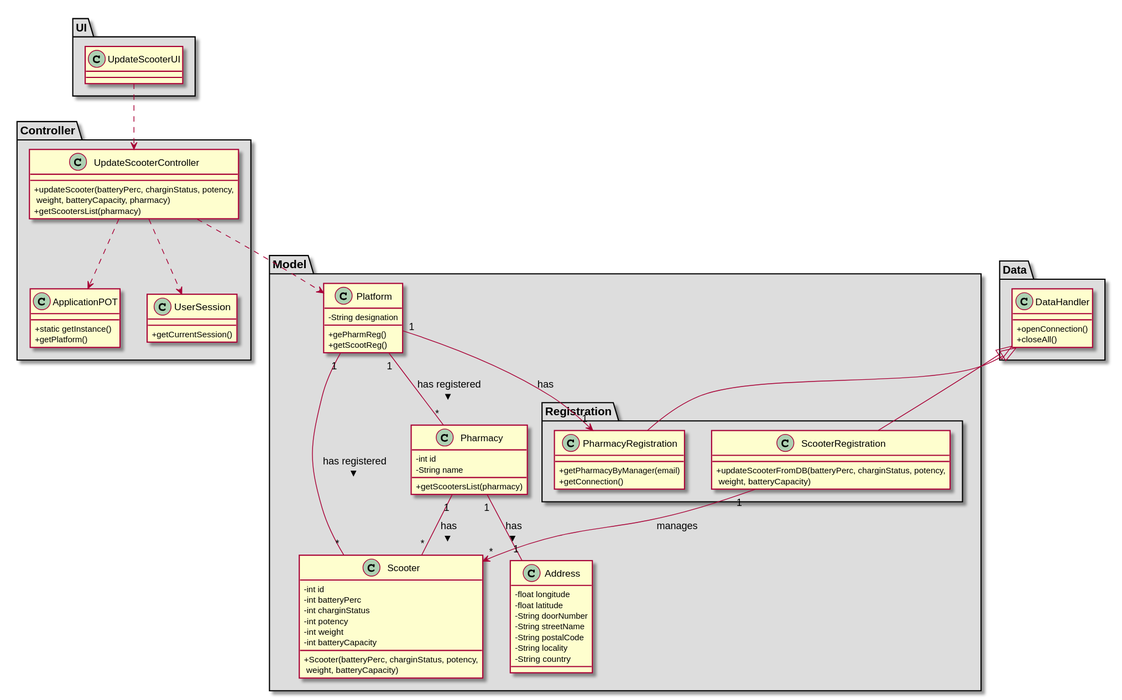
Before: docs/Iteration 1/Scooter Management/US32_UpdateScooter/US32_CD.svg, a diagram exported from PlantUML (tiagoavcosta25/LAPR3).
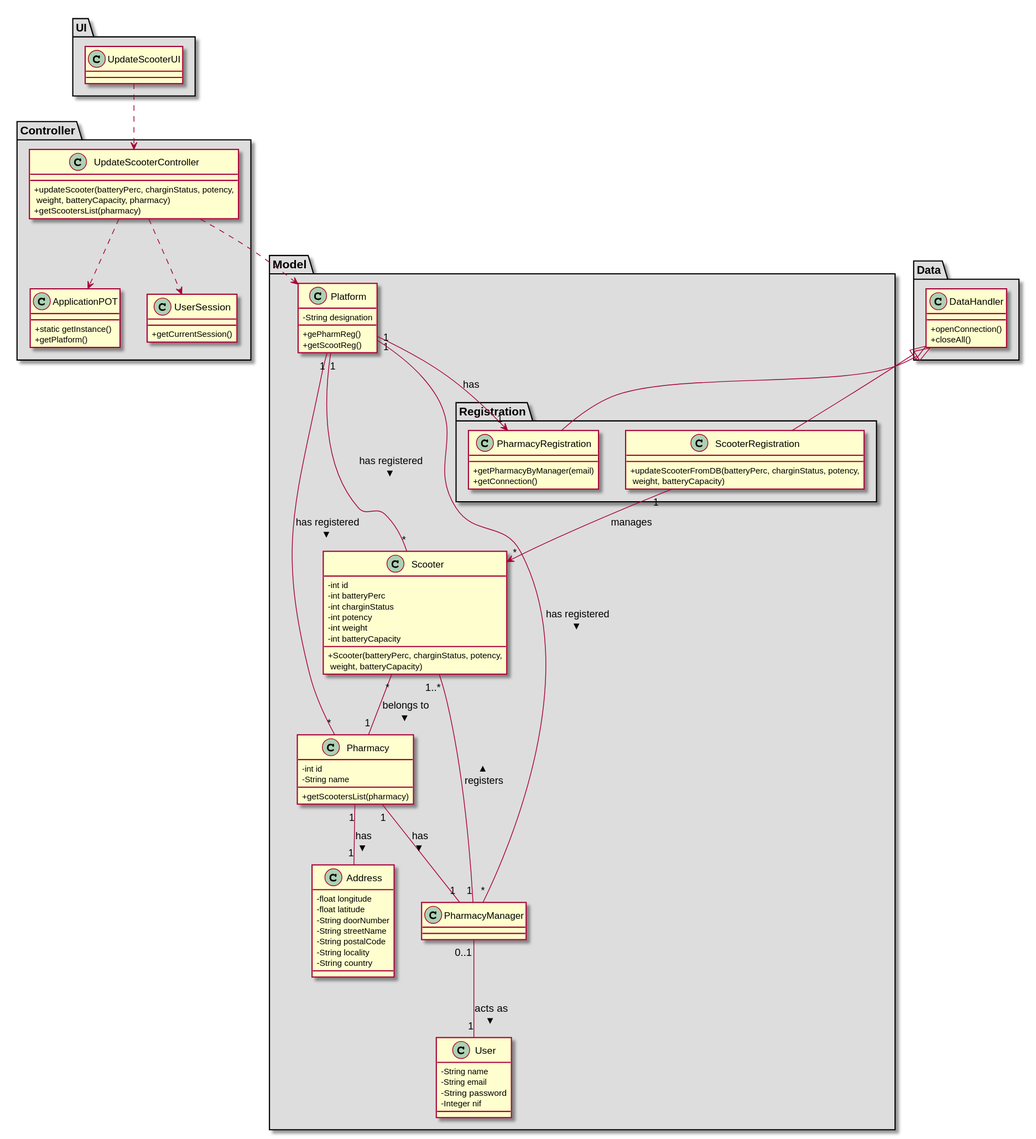
The same diagram one commit later.

Commit message:
LAPR2AP2-159 #fixing Update Scooter [Design]

What changed in the source:
```diff
@@ -72,6 +72,16 @@
   +getScootersList(pharmacy)
 }
 
+class User{
+-   String name
+-   String email
+-   String password
+-   Integer nif
+}
+
+class PharmacyManager {
+}
+
 }
 
 
@@ -94,8 +104,12 @@
 
 Platform "1" -- "*" Pharmacy : has registered >
 Platform "1" -- "*" Scooter : has registered >
+Platform "1" -- "*" PharmacyManager : has registered >
 
-Pharmacy "1" -- "*" Scooter : has >
+PharmacyManager "0..1" -- "1" User: acts as >
+PharmacyManager "1" -- "1..*" Scooter : registers >
+Pharmacy "1" -- "1" PharmacyManager : has >
+Scooter "*" -- "1" Pharmacy : belongs to >
 Pharmacy "1" -- "1" Address : has >
 
 @enduml
```
